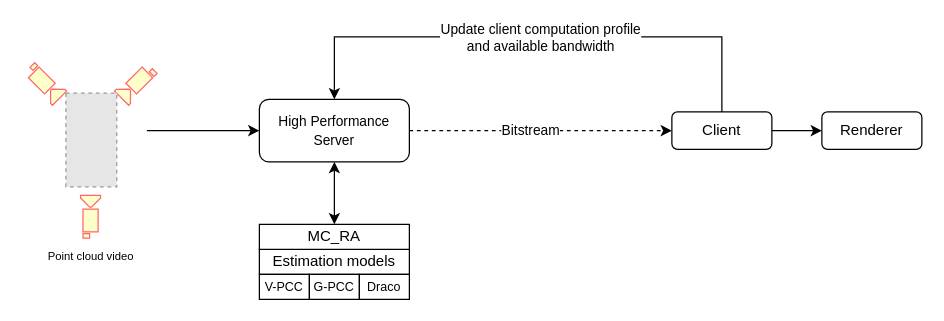
This is MC_RA.drawio from mahendra49/draw-io, a draw.io file, before an edit. Source tidied: cells renumbered, new cells numbered last; positions are measured from the earlier drawing's top-left corner, leaving out a move shared by most shapes. Both pictures are drawn from the tidied source at 125%, with x=0, y=0 at pixel (21, 36). Pictures stored in the file or linked from it are replaced by grey dashed boxes.
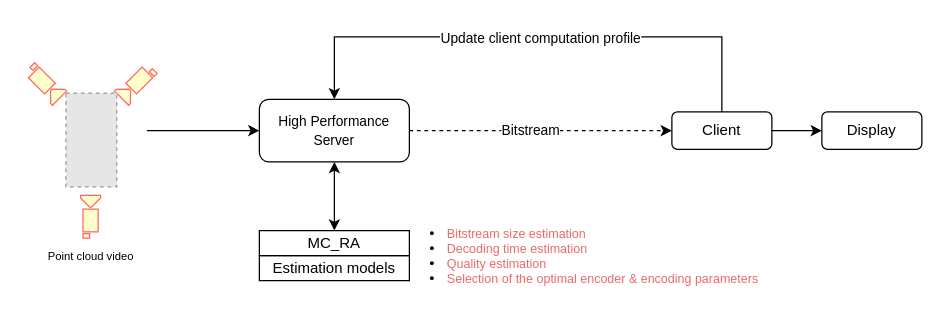
Above is the later version.

Unchanged cells that the change refers to:
```xml
<mxCell id="22" style="endArrow=classic;html=1;rounded=0;entryX=0.5;entryY=0;entryDx=0;entryDy=0;exitX=0.5;exitY=0;exitDx=0;exitDy=0;" parent="1" edge="1" source="9" target="7">
  <mxGeometry relative="1" as="geometry">
    <Array as="points">
      <mxPoint x="560" />
      <mxPoint x="250" />
    </Array>
  </mxGeometry>
</mxCell>
```

Diff of the diagram source:
```diff
@@
-    <mxCell id="10" value="Renderer" style="rounded=1;whiteSpace=wrap;html=1;" parent="1" vertex="1">
+    <mxCell id="10" value="Display" style="rounded=1;whiteSpace=wrap;html=1;" parent="1" vertex="1">
       <mxGeometry x="640" y="60" width="80" height="30" as="geometry" />
     </mxCell>
@@
-    <mxCell id="13" style="group;" parent="1" vertex="1">
-      <mxGeometry x="190" y="150" width="120" height="60" as="geometry" />
-    </mxCell>
-    <mxCell id="14" value="Estimation models" style="rounded=0;whiteSpace=wrap;html=1;" parent="13" vertex="1">
-      <mxGeometry y="20" width="120" height="20" as="geometry" />
-    </mxCell>
-    <mxCell id="15" value="MC_RA" style="rounded=0;whiteSpace=wrap;html=1;" parent="13" vertex="1">
-      <mxGeometry width="120" height="20" as="geometry" />
-    </mxCell>
-    <mxCell id="16" style="group;" parent="13" vertex="1">
-      <mxGeometry y="40" width="120" height="20" as="geometry" />
-    </mxCell>
-    <mxCell id="17" value="V-PCC" style="rounded=0;whiteSpace=wrap;html=1;fontSize=10;" parent="16" vertex="1">
-      <mxGeometry width="40" height="20" as="geometry" />
-    </mxCell>
-    <mxCell id="18" value="G-PCC" style="rounded=0;whiteSpace=wrap;html=1;fontSize=10;" parent="16" vertex="1">
-      <mxGeometry x="40" width="40" height="20" as="geometry" />
-    </mxCell>
-    <mxCell id="19" value="Draco" style="rounded=0;whiteSpace=wrap;html=1;fontSize=10;" parent="16" vertex="1">
-      <mxGeometry x="80" width="40" height="20" as="geometry" />
-    </mxCell>
@@
-    <mxCell id="23" value="Update client computation profile&lt;br&gt;and available bandwidth" style="edgeLabel;html=1;align=center;verticalAlign=middle;" parent="22" vertex="1">
+    <mxCell id="23" value="Update client computation profile" style="edgeLabel;html=1;align=center;verticalAlign=middle;" parent="22" vertex="1">
       <mxGeometry x="-0.02" relative="1" as="geometry" />
     </mxCell>
@@
+    <mxCell id="14" value="Estimation models" style="rounded=0;whiteSpace=wrap;html=1;" parent="1" vertex="1">
+      <mxGeometry x="190" y="175" width="120" height="20" as="geometry" />
+    </mxCell>
+    <mxCell id="15" value="MC_RA" style="rounded=0;whiteSpace=wrap;html=1;" parent="1" vertex="1">
+      <mxGeometry x="190" y="155" width="120" height="20" as="geometry" />
+    </mxCell>
+    <mxCell id="25" value="&lt;div style=&quot;border: 0px; font-variant-numeric: inherit; font-variant-east-asian: inherit; font-variant-alternates: inherit; font-stretch: inherit; line-height: inherit; font-family: Calibri, Arial, Helvetica, sans-serif; font-optical-sizing: inherit; font-kerning: inherit; font-feature-settings: inherit; font-variation-settings: inherit; margin: 0px; padding: 0px; vertical-align: baseline; text-align: start; font-size: 10px;&quot;&gt;&lt;ul&gt;&lt;li&gt;&lt;font color=&quot;#ea6b66&quot;&gt;Bitstream size estimation&lt;/font&gt;&lt;/li&gt;&lt;li&gt;&lt;font color=&quot;#ea6b66&quot;&gt;Decoding time estimation&lt;/font&gt;&lt;/li&gt;&lt;li&gt;&lt;font color=&quot;#ea6b66&quot;&gt;Quality estimation&lt;/font&gt;&lt;/li&gt;&lt;li&gt;&lt;font color=&quot;#ea6b66&quot;&gt;Selection of the optimal encoder &amp;amp; encoding parameters&lt;/font&gt;&lt;/li&gt;&lt;/ul&gt;&lt;/div&gt;" style="text;html=1;strokeColor=none;fillColor=none;align=center;verticalAlign=middle;whiteSpace=wrap;rounded=0;" parent="1" vertex="1">
+      <mxGeometry x="290" y="145" width="310" height="60" as="geometry" />
+    </mxCell>
```
